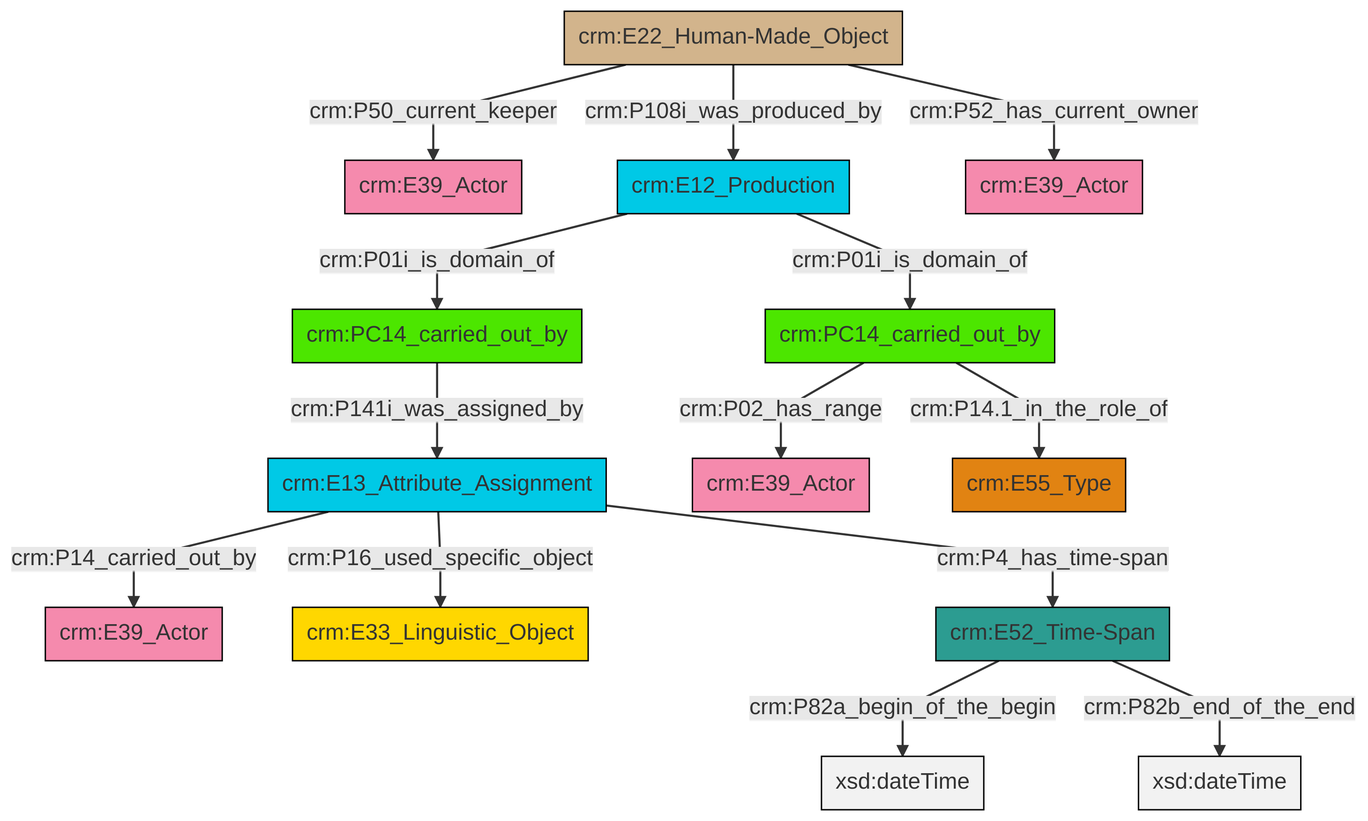
Earlier version of the Mermaid export et/carrierCSV/ttl/mmd/png/carrier_relations.png (swiss-art-research-net/docs.swissartresearch). Its source is kept beside it as et/carrierCSV/ttl/mmd/carrier_relations.ttl.mmd.
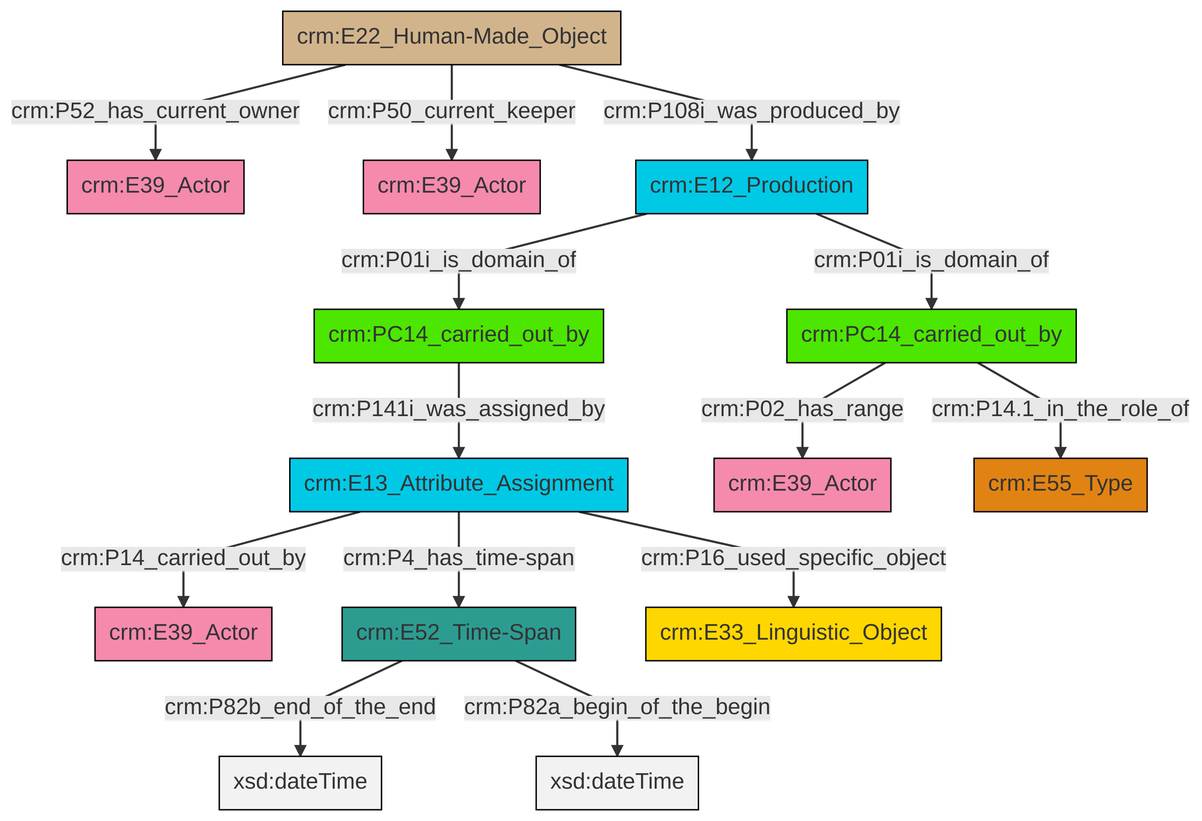
The same diagram one commit later.

The edit, as a diff of the source:
```diff
@@ -14,15 +14,15 @@
 classDef Multi fill:#cccccc,stroke:#000000;
 
 0["crm:E12_Production"]:::Temporal_Entity -->|crm:P01i_is_domain_of| 1["crm:PC14_carried_out_by"]:::PC_Classes
-8["crm:E22_Human-Made_Object"]:::Physical_Thing -->|crm:P50_current_keeper| 9["crm:E39_Actor"]:::Actor
-8["crm:E22_Human-Made_Object"]:::Physical_Thing -->|crm:P108i_was_produced_by| 0["crm:E12_Production"]:::Temporal_Entity
-8["crm:E22_Human-Made_Object"]:::Physical_Thing -->|crm:P52_has_current_owner| 13["crm:E39_Actor"]:::Actor
-15["crm:E52_Time-Span"]:::Time-Span -->|crm:P82a_begin_of_the_begin| 17[xsd:dateTime]:::Literal
-1["crm:PC14_carried_out_by"]:::PC_Classes -->|crm:P141i_was_assigned_by| 10["crm:E13_Attribute_Assignment"]:::Temporal_Entity
-6["crm:PC14_carried_out_by"]:::PC_Classes -->|crm:P02_has_range| 4["crm:E39_Actor"]:::Actor
-10["crm:E13_Attribute_Assignment"]:::Temporal_Entity -->|crm:P14_carried_out_by| 18["crm:E39_Actor"]:::Actor
-15["crm:E52_Time-Span"]:::Time-Span -->|crm:P82b_end_of_the_end| 19[xsd:dateTime]:::Literal
-6["crm:PC14_carried_out_by"]:::PC_Classes -->|crm:P14.1_in_the_role_of| 20["crm:E55_Type"]:::Type
-10["crm:E13_Attribute_Assignment"]:::Temporal_Entity -->|crm:P16_used_specific_object| 2["crm:E33_Linguistic_Object"]:::Conceptual_Object
-0["crm:E12_Production"]:::Temporal_Entity -->|crm:P01i_is_domain_of| 6["crm:PC14_carried_out_by"]:::PC_Classes
-10["crm:E13_Attribute_Assignment"]:::Temporal_Entity -->|crm:P4_has_time-span| 15["crm:E52_Time-Span"]:::Time-Span
+6["crm:E13_Attribute_Assignment"]:::Temporal_Entity -->|crm:P14_carried_out_by| 7["crm:E39_Actor"]:::Actor
+4["crm:E22_Human-Made_Object"]:::Physical_Thing -->|crm:P52_has_current_owner| 10["crm:E39_Actor"]:::Actor
+1["crm:PC14_carried_out_by"]:::PC_Classes -->|crm:P141i_was_assigned_by| 6["crm:E13_Attribute_Assignment"]:::Temporal_Entity
+11["crm:E52_Time-Span"]:::Time-Span -->|crm:P82b_end_of_the_end| 12[xsd:dateTime]:::Literal
+4["crm:E22_Human-Made_Object"]:::Physical_Thing -->|crm:P50_current_keeper| 13["crm:E39_Actor"]:::Actor
+8["crm:PC14_carried_out_by"]:::PC_Classes -->|crm:P02_has_range| 2["crm:E39_Actor"]:::Actor
+6["crm:E13_Attribute_Assignment"]:::Temporal_Entity -->|crm:P4_has_time-span| 11["crm:E52_Time-Span"]:::Time-Span
+4["crm:E22_Human-Made_Object"]:::Physical_Thing -->|crm:P108i_was_produced_by| 0["crm:E12_Production"]:::Temporal_Entity
+6["crm:E13_Attribute_Assignment"]:::Temporal_Entity -->|crm:P16_used_specific_object| 21["crm:E33_Linguistic_Object"]:::Conceptual_Object
+0["crm:E12_Production"]:::Temporal_Entity -->|crm:P01i_is_domain_of| 8["crm:PC14_carried_out_by"]:::PC_Classes
+8["crm:PC14_carried_out_by"]:::PC_Classes -->|crm:P14.1_in_the_role_of| 15["crm:E55_Type"]:::Type
+11["crm:E52_Time-Span"]:::Time-Span -->|crm:P82a_begin_of_the_begin| 22[xsd:dateTime]:::Literal
```
